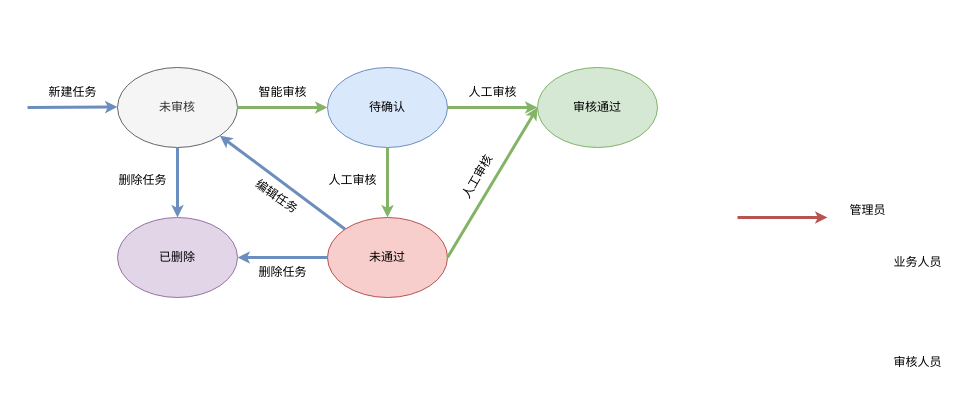
Above: 任务流.drawio in weyg0/Diagrams (draw.io), before the change. Source tidied: cells renumbered, new cells numbered last; positions are measured from the earlier drawing's top-left corner, leaving out a move shared by most shapes. Both pictures are drawn from the tidied source at 100%, with x=0, y=0 at pixel (27, 67).
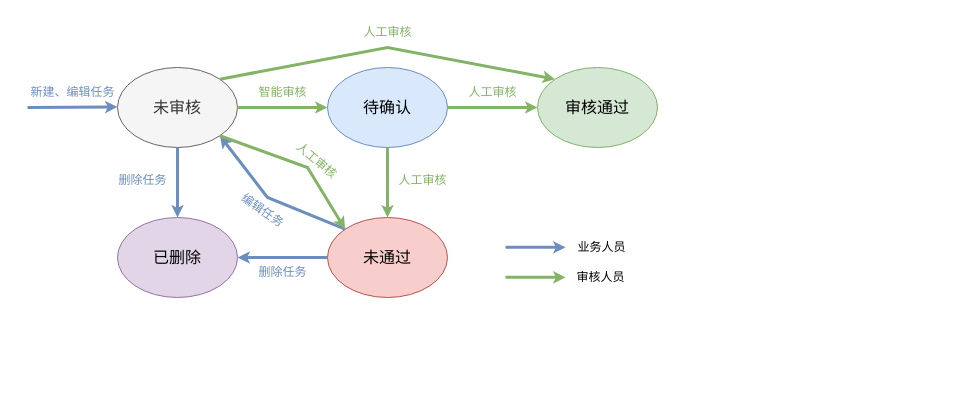
After the change.

Commit message:
更新任务流.drawio

Diff of the diagram source:
```diff
@@
-    <mxCell id="2" value="未审核" style="ellipse;whiteSpace=wrap;html=1;fillColor=#f5f5f5;fontColor=#333333;strokeColor=#666666;" parent="1" vertex="1">
+    <mxCell id="2" value="未审核" style="ellipse;whiteSpace=wrap;html=1;fillColor=#f5f5f5;fontColor=#333333;strokeColor=#666666;fontSize=16;" parent="1" vertex="1">
       <mxGeometry x="90" width="120" height="80" as="geometry" />
     </mxCell>
-    <mxCell id="3" value="审核通过" style="ellipse;whiteSpace=wrap;html=1;fillColor=#d5e8d4;strokeColor=#82b366;" parent="1" vertex="1">
+    <mxCell id="3" value="审核通过" style="ellipse;whiteSpace=wrap;html=1;fillColor=#d5e8d4;strokeColor=#82b366;fontSize=16;" parent="1" vertex="1">
       <mxGeometry x="510" width="120" height="80" as="geometry" />
     </mxCell>
-    <mxCell id="4" value="已删除" style="ellipse;whiteSpace=wrap;html=1;fillColor=#e1d5e7;strokeColor=#9673a6;" parent="1" vertex="1">
+    <mxCell id="4" value="已删除" style="ellipse;whiteSpace=wrap;html=1;fillColor=#e1d5e7;strokeColor=#9673a6;fontSize=16;" parent="1" vertex="1">
       <mxGeometry x="90" y="150" width="120" height="80" as="geometry" />
     </mxCell>
-    <mxCell id="5" value="待确认" style="ellipse;whiteSpace=wrap;html=1;fillColor=#dae8fc;strokeColor=#6c8ebf;" parent="1" vertex="1">
+    <mxCell id="5" value="待确认" style="ellipse;whiteSpace=wrap;html=1;fillColor=#dae8fc;strokeColor=#6c8ebf;fontSize=16;" parent="1" vertex="1">
       <mxGeometry x="300" width="120" height="80" as="geometry" />
     </mxCell>
-    <mxCell id="6" value="未通过" style="ellipse;whiteSpace=wrap;html=1;fillColor=#f8cecc;strokeColor=#b85450;" parent="1" vertex="1">
+    <mxCell id="6" value="未通过" style="ellipse;whiteSpace=wrap;html=1;fillColor=#f8cecc;strokeColor=#b85450;fontSize=16;" parent="1" vertex="1">
       <mxGeometry x="300" y="150" width="120" height="80" as="geometry" />
     </mxCell>
-    <mxCell id="7" style="endArrow=classic;html=1;rounded=0;fillColor=#f8cecc;strokeColor=#b85450;strokeWidth=3;gradientColor=#ea6b66;endSize=3;startSize=3;" parent="1" edge="1">
-      <mxGeometry relative="1" as="geometry">
-        <mxPoint x="710" y="150" as="sourcePoint" />
-        <mxPoint x="800" y="150" as="targetPoint" />
-      </mxGeometry>
-    </mxCell>
@@
-    <mxCell id="10" value="管理员" style="text;html=1;align=center;verticalAlign=middle;strokeColor=none;fillColor=none;" parent="1" vertex="1">
-      <mxGeometry x="810" y="128" width="60" height="30" as="geometry" />
-    </mxCell>
-    <mxCell id="11" value="业务人员" style="text;html=1;align=center;verticalAlign=middle;strokeColor=none;fillColor=none;" parent="1" vertex="1">
-      <mxGeometry x="855" y="180" width="70" height="30" as="geometry" />
-    </mxCell>
-    <mxCell id="12" value="审核人员" style="text;html=1;align=center;verticalAlign=middle;strokeColor=none;fillColor=none;" parent="1" vertex="1">
-      <mxGeometry x="855" y="280" width="70" height="30" as="geometry" />
-    </mxCell>
@@
-    <mxCell id="14" value="智能审核" style="text;html=1;align=center;verticalAlign=middle;strokeColor=none;fillColor=none;" parent="1" vertex="1">
+    <mxCell id="14" value="智能审核" style="text;html=1;align=center;verticalAlign=middle;strokeColor=none;fillColor=none;fontColor=light-dark(#81b365, #ededed);" parent="1" vertex="1">
       <mxGeometry x="220" y="10" width="70" height="30" as="geometry" />
     </mxCell>
-    <mxCell id="15" value="人工审核" style="text;html=1;align=center;verticalAlign=middle;strokeColor=none;fillColor=none;" parent="1" vertex="1">
+    <mxCell id="15" value="人工审核" style="text;html=1;align=center;verticalAlign=middle;strokeColor=none;fillColor=none;fontColor=light-dark(#81b365, #ededed);" parent="1" vertex="1">
       <mxGeometry x="430" y="10" width="70" height="30" as="geometry" />
     </mxCell>
-    <mxCell id="16" value="人工审核" style="text;html=1;align=center;verticalAlign=middle;strokeColor=none;fillColor=none;" parent="1" vertex="1">
-      <mxGeometry x="290" y="98" width="70" height="30" as="geometry" />
+    <mxCell id="16" value="人工审核" style="text;html=1;align=center;verticalAlign=middle;strokeColor=none;fillColor=none;fontColor=light-dark(#81b365, #ededed);rotation=40;" parent="1" vertex="1">
+      <mxGeometry x="254" y="78" width="70" height="30" as="geometry" />
     </mxCell>
@@
-    <mxCell id="18" style="endArrow=classic;html=1;rounded=0;fillColor=#d5e8d4;strokeColor=#82b366;strokeWidth=3;gradientColor=#97d077;endSize=3;startSize=3;exitX=1;exitY=0.5;exitDx=0;exitDy=0;entryX=0;entryY=0.5;entryDx=0;entryDy=0;" parent="1" edge="1" source="6" target="3">
-      <mxGeometry relative="1" as="geometry" />
-    </mxCell>
@@
-    <mxCell id="20" value="人工审核" style="text;html=1;align=center;verticalAlign=middle;strokeColor=none;fillColor=none;rotation=-60;" parent="1" vertex="1">
-      <mxGeometry x="415" y="95" width="70" height="30" as="geometry" />
-    </mxCell>
-    <mxCell id="21" value="新建任务" style="text;html=1;align=center;verticalAlign=middle;strokeColor=none;fillColor=none;" parent="1" vertex="1">
-      <mxGeometry x="10" y="10" width="70" height="30" as="geometry" />
+    <mxCell id="21" value="新建、编辑任务" style="text;html=1;align=center;verticalAlign=middle;strokeColor=none;fillColor=none;gradientColor=#7ea6e0;fontColor=light-dark(#6c8ebf, #ededed);" parent="1" vertex="1">
+      <mxGeometry x="-10" y="10" width="110" height="30" as="geometry" />
     </mxCell>
-    <mxCell id="22" value="删除任务" style="text;html=1;align=center;verticalAlign=middle;strokeColor=none;fillColor=none;" parent="1" vertex="1">
+    <mxCell id="22" value="删除任务" style="text;html=1;align=center;verticalAlign=middle;strokeColor=none;fillColor=none;gradientColor=#7ea6e0;fontColor=light-dark(#6c8ebf, #ededed);" parent="1" vertex="1">
       <mxGeometry x="80" y="98" width="70" height="30" as="geometry" />
     </mxCell>
@@
-    <mxCell id="24" value="删除任务" style="text;html=1;align=center;verticalAlign=middle;strokeColor=none;fillColor=none;" parent="1" vertex="1">
+    <mxCell id="24" value="删除任务" style="text;html=1;align=center;verticalAlign=middle;strokeColor=none;fillColor=none;gradientColor=#7ea6e0;fontColor=light-dark(#6c8ebf, #ededed);" parent="1" vertex="1">
       <mxGeometry x="220" y="190" width="70" height="30" as="geometry" />
     </mxCell>
-    <mxCell id="25" value="编辑任务" style="text;html=1;align=center;verticalAlign=middle;strokeColor=none;fillColor=none;rotation=35;" parent="1" vertex="1">
-      <mxGeometry x="214" y="114" width="70" height="30" as="geometry" />
+    <mxCell id="25" value="编辑任务" style="text;html=1;align=center;verticalAlign=middle;strokeColor=none;fillColor=none;rotation=35;gradientColor=#7ea6e0;fontColor=light-dark(#6c8ebf, #ededed);" parent="1" vertex="1">
+      <mxGeometry x="200" y="128" width="70" height="30" as="geometry" />
     </mxCell>
     <mxCell id="26" style="endArrow=classic;html=1;rounded=0;fillColor=#dae8fc;strokeColor=#6c8ebf;strokeWidth=3;gradientColor=#7ea6e0;endSize=3;startSize=3;exitX=0;exitY=0;exitDx=0;exitDy=0;entryX=1;entryY=1;entryDx=0;entryDy=0;" parent="1" edge="1" source="6" target="2">
-      <mxGeometry relative="1" as="geometry" />
+      <mxGeometry relative="1" as="geometry">
+        <Array as="points">
+          <mxPoint x="240" y="130" />
+        </Array>
+      </mxGeometry>
     </mxCell>
+    <mxCell id="27" style="endArrow=classic;html=1;rounded=0;fillColor=#dae8fc;strokeColor=#6c8ebf;strokeWidth=3;gradientColor=#7ea6e0;endSize=3;startSize=3;" parent="1" edge="1">
+      <mxGeometry relative="1" as="geometry">
+        <mxPoint x="478" y="179.8" as="sourcePoint" />
+        <mxPoint x="538" y="179.8" as="targetPoint" />
+      </mxGeometry>
+    </mxCell>
+    <mxCell id="11" value="业务人员" style="text;html=1;align=center;verticalAlign=middle;strokeColor=none;fillColor=none;" parent="1" vertex="1">
+      <mxGeometry x="539" y="165" width="70" height="30" as="geometry" />
+    </mxCell>
+    <mxCell id="28" style="endArrow=classic;html=1;rounded=0;fillColor=#d5e8d4;strokeColor=#82b366;strokeWidth=3;gradientColor=#97d077;endSize=3;startSize=3;" parent="1" edge="1">
+      <mxGeometry relative="1" as="geometry">
+        <mxPoint x="478" y="209.8" as="sourcePoint" />
+        <mxPoint x="538" y="209.8" as="targetPoint" />
+      </mxGeometry>
+    </mxCell>
+    <mxCell id="12" value="审核人员" style="text;html=1;align=center;verticalAlign=middle;strokeColor=none;fillColor=none;" parent="1" vertex="1">
+      <mxGeometry x="538" y="195" width="70" height="30" as="geometry" />
+    </mxCell>
+    <mxCell id="29" style="endArrow=classic;html=1;rounded=0;fillColor=#d5e8d4;strokeColor=#82b366;strokeWidth=3;gradientColor=#97d077;endSize=3;startSize=3;exitX=1;exitY=1;exitDx=0;exitDy=0;entryX=0;entryY=0;entryDx=0;entryDy=0;" parent="1" edge="1" source="2" target="6">
+      <mxGeometry relative="1" as="geometry">
+        <Array as="points">
+          <mxPoint x="280" y="100" />
+        </Array>
+      </mxGeometry>
+    </mxCell>
+    <mxCell id="30" value="人工审核" style="text;html=1;align=center;verticalAlign=middle;strokeColor=none;fillColor=none;fontColor=light-dark(#81b365, #ededed);" parent="1" vertex="1">
+      <mxGeometry x="360" y="98" width="70" height="30" as="geometry" />
+    </mxCell>
+    <mxCell id="31" style="endArrow=classic;html=1;rounded=0;fillColor=#d5e8d4;strokeColor=#82b366;strokeWidth=3;gradientColor=#97d077;endSize=3;startSize=3;exitX=1;exitY=0;exitDx=0;exitDy=0;entryX=0;entryY=0;entryDx=0;entryDy=0;" parent="1" edge="1" source="2" target="3">
+      <mxGeometry relative="1" as="geometry">
+        <Array as="points">
+          <mxPoint x="360" y="-20" />
+        </Array>
+      </mxGeometry>
+    </mxCell>
+    <mxCell id="32" value="人工审核" style="text;html=1;align=center;verticalAlign=middle;strokeColor=none;fillColor=none;fontColor=light-dark(#81b365, #ededed);" parent="1" vertex="1">
+      <mxGeometry x="325" y="-50" width="70" height="30" as="geometry" />
+    </mxCell>
```
